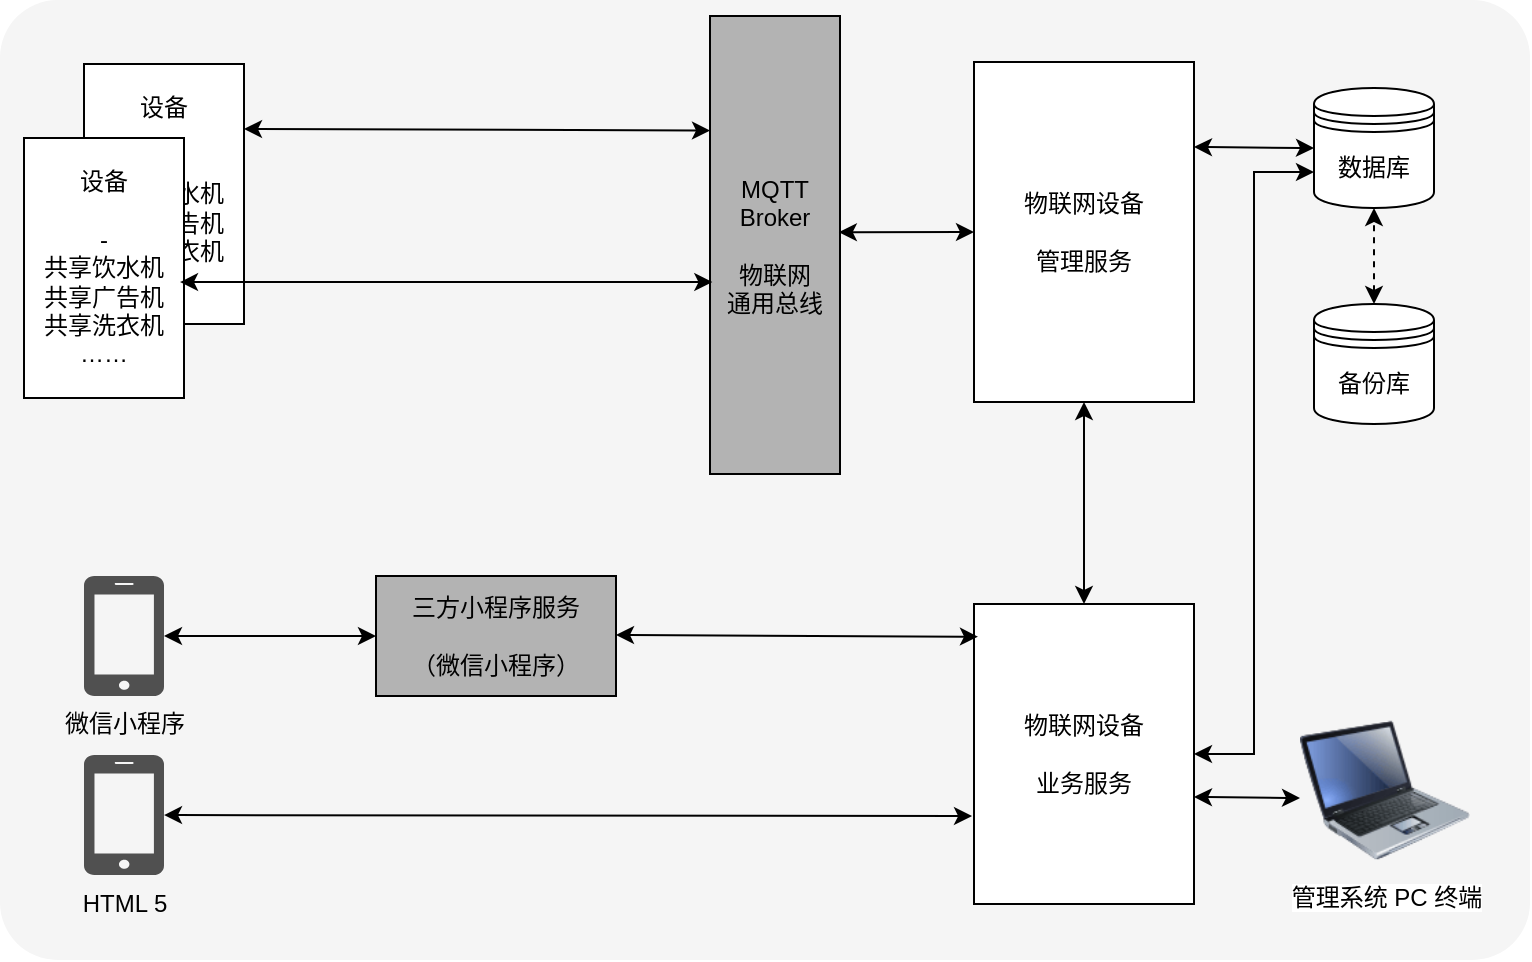
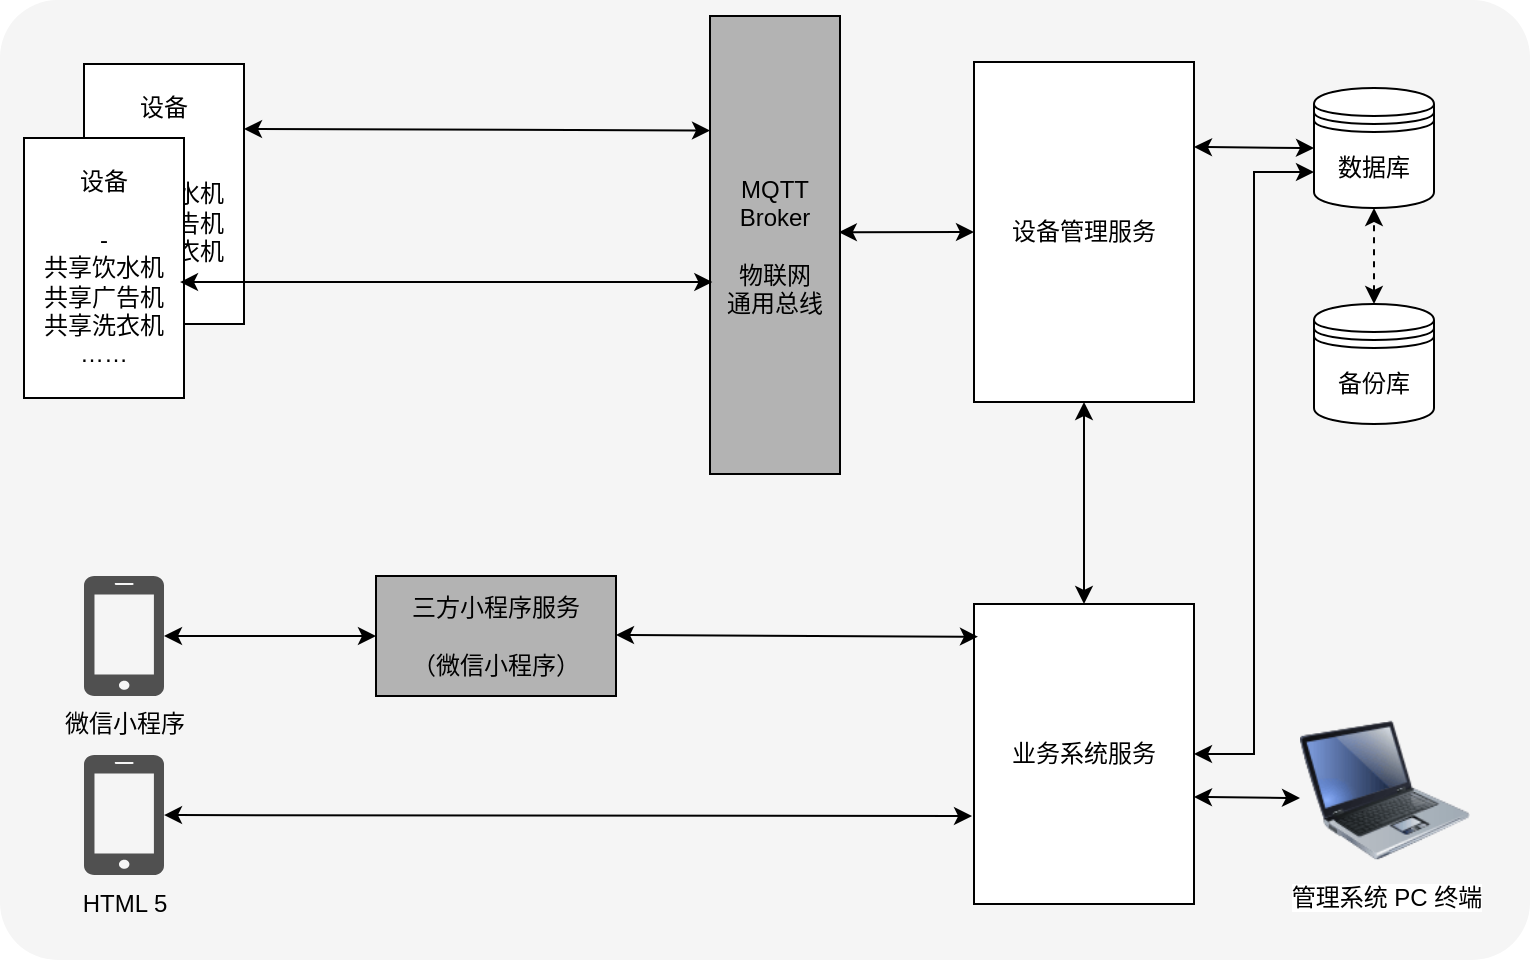
<mxfile host="app.diagrams.net">
  <diagram id="C5RBs43oDa-KdzZeNtuy" name="第 1 页">
    <mxGraphModel dx="1360" dy="843" grid="1" gridSize="10" guides="1" tooltips="1" connect="1" arrows="1" fold="1" page="1" pageScale="1" pageWidth="827" pageHeight="1169" math="0" shadow="0">
      <root>
        <mxCell id="WIyWlLk6GJQsqaUBKTNV-0" />
        <mxCell id="WIyWlLk6GJQsqaUBKTNV-1" parent="WIyWlLk6GJQsqaUBKTNV-0" />
        <mxCell id="qAyuwfmOVgvhHWZnBFao-27" parent="WIyWlLk6GJQsqaUBKTNV-1" style="rounded=1;whiteSpace=wrap;html=1;fillColor=#f5f5f5;strokeColor=none;fontColor=#333333;glass=0;shadow=0;arcSize=6;" value="" vertex="1">
          <mxGeometry height="480" width="765" x="23" y="48" as="geometry" />
        </mxCell>
        <mxCell id="qAyuwfmOVgvhHWZnBFao-0" parent="WIyWlLk6GJQsqaUBKTNV-1" style="rounded=0;whiteSpace=wrap;html=1;fillColor=#B3B3B3;" value="&lt;div&gt;MQTT&lt;/div&gt;&lt;div&gt;Broker&lt;/div&gt;&lt;div&gt;&lt;br&gt;&lt;/div&gt;&lt;div&gt;物联网&lt;/div&gt;&lt;div&gt;通用总线&lt;/div&gt;" vertex="1">
          <mxGeometry height="229" width="65" x="378" y="56" as="geometry" />
        </mxCell>
        <mxCell id="qAyuwfmOVgvhHWZnBFao-1" parent="WIyWlLk6GJQsqaUBKTNV-1" style="sketch=0;pointerEvents=1;shadow=0;dashed=0;html=1;strokeColor=none;fillColor=#505050;labelPosition=center;verticalLabelPosition=bottom;verticalAlign=top;outlineConnect=0;align=center;shape=mxgraph.office.devices.cell_phone_iphone_standalone;" value="微信小程序" vertex="1">
          <mxGeometry height="60" width="40" x="65" y="336" as="geometry" />
        </mxCell>
-         <mxCell id="qAyuwfmOVgvhHWZnBFao-3" parent="WIyWlLk6GJQsqaUBKTNV-1" style="rounded=0;whiteSpace=wrap;html=1;" value="&lt;div&gt;物联网设备&lt;/div&gt;&lt;div&gt;&lt;br&gt;&lt;/div&gt;&lt;div&gt;管理服务&lt;/div&gt;" vertex="1">
+         <mxCell id="qAyuwfmOVgvhHWZnBFao-3" parent="WIyWlLk6GJQsqaUBKTNV-1" style="rounded=0;whiteSpace=wrap;html=1;" value="&lt;div&gt;设备管理服务&lt;/div&gt;" vertex="1">
          <mxGeometry height="170" width="110" x="510" y="79" as="geometry" />
        </mxCell>
        <mxCell id="qAyuwfmOVgvhHWZnBFao-4" parent="WIyWlLk6GJQsqaUBKTNV-1" style="rounded=0;whiteSpace=wrap;html=1;" value="&lt;div&gt;设备&lt;/div&gt;&lt;div&gt;&lt;br&gt;&lt;/div&gt;&lt;div&gt;-&lt;/div&gt;&lt;div&gt;共享饮水机&lt;/div&gt;&lt;div&gt;共享广告机&lt;/div&gt;&lt;div&gt;共享洗衣机&lt;/div&gt;&lt;div&gt;……&lt;/div&gt;" vertex="1">
          <mxGeometry height="130" width="80" x="65" y="80" as="geometry" />
        </mxCell>
        <mxCell id="qAyuwfmOVgvhHWZnBFao-5" parent="WIyWlLk6GJQsqaUBKTNV-1" style="rounded=0;whiteSpace=wrap;html=1;" value="&lt;div&gt;设备&lt;/div&gt;&lt;div&gt;&lt;br&gt;&lt;/div&gt;&lt;div&gt;-&lt;/div&gt;&lt;div&gt;共享饮水机&lt;/div&gt;&lt;div&gt;共享广告机&lt;/div&gt;&lt;div&gt;共享洗衣机&lt;/div&gt;&lt;div&gt;……&lt;/div&gt;" vertex="1">
          <mxGeometry height="130" width="80" x="35" y="117" as="geometry" />
        </mxCell>
        <mxCell id="qAyuwfmOVgvhHWZnBFao-6" edge="1" parent="WIyWlLk6GJQsqaUBKTNV-1" source="qAyuwfmOVgvhHWZnBFao-4" style="endArrow=classic;html=1;rounded=0;entryX=0;entryY=0.25;entryDx=0;entryDy=0;exitX=1;exitY=0.25;exitDx=0;exitDy=0;startArrow=classic;startFill=1;" target="qAyuwfmOVgvhHWZnBFao-0" value="">
          <mxGeometry height="50" relative="1" width="50" as="geometry">
            <mxPoint x="355" y="400" as="sourcePoint" />
            <mxPoint x="405" y="350" as="targetPoint" />
          </mxGeometry>
        </mxCell>
        <mxCell id="qAyuwfmOVgvhHWZnBFao-7" edge="1" parent="WIyWlLk6GJQsqaUBKTNV-1" source="qAyuwfmOVgvhHWZnBFao-5" style="endArrow=classic;html=1;rounded=0;entryX=0.018;entryY=0.581;entryDx=0;entryDy=0;exitX=0.975;exitY=0.554;exitDx=0;exitDy=0;entryPerimeter=0;exitPerimeter=0;startArrow=classic;startFill=1;" target="qAyuwfmOVgvhHWZnBFao-0" value="">
          <mxGeometry height="50" relative="1" width="50" as="geometry">
            <mxPoint x="115" y="187" as="sourcePoint" />
            <mxPoint x="245" y="187" as="targetPoint" />
          </mxGeometry>
        </mxCell>
        <mxCell id="qAyuwfmOVgvhHWZnBFao-9" edge="1" parent="WIyWlLk6GJQsqaUBKTNV-1" source="qAyuwfmOVgvhHWZnBFao-3" style="endArrow=classic;html=1;rounded=0;entryX=0.991;entryY=0.472;entryDx=0;entryDy=0;entryPerimeter=0;exitX=0;exitY=0.5;exitDx=0;exitDy=0;startArrow=classic;startFill=1;" target="qAyuwfmOVgvhHWZnBFao-0" value="">
          <mxGeometry height="50" relative="1" width="50" as="geometry">
            <mxPoint x="415" y="400" as="sourcePoint" />
            <mxPoint x="465" y="350" as="targetPoint" />
          </mxGeometry>
        </mxCell>
-         <mxCell id="qAyuwfmOVgvhHWZnBFao-10" parent="WIyWlLk6GJQsqaUBKTNV-1" style="rounded=0;whiteSpace=wrap;html=1;" value="&lt;div&gt;物联网设备&lt;/div&gt;&lt;div&gt;&lt;br&gt;&lt;/div&gt;&lt;div&gt;业务服务&lt;/div&gt;" vertex="1">
+         <mxCell id="qAyuwfmOVgvhHWZnBFao-10" parent="WIyWlLk6GJQsqaUBKTNV-1" style="rounded=0;whiteSpace=wrap;html=1;" value="&lt;div&gt;业务系统服务&lt;/div&gt;" vertex="1">
          <mxGeometry height="150" width="110" x="510" y="350" as="geometry" />
        </mxCell>
        <mxCell id="qAyuwfmOVgvhHWZnBFao-11" parent="WIyWlLk6GJQsqaUBKTNV-1" style="sketch=0;pointerEvents=1;shadow=0;dashed=0;html=1;strokeColor=none;fillColor=#505050;labelPosition=center;verticalLabelPosition=bottom;verticalAlign=top;outlineConnect=0;align=center;shape=mxgraph.office.devices.cell_phone_iphone_standalone;" value="HTML 5" vertex="1">
          <mxGeometry height="60" width="40" x="65" y="425.5" as="geometry" />
        </mxCell>
        <mxCell id="qAyuwfmOVgvhHWZnBFao-19" edge="1" parent="WIyWlLk6GJQsqaUBKTNV-1" source="qAyuwfmOVgvhHWZnBFao-20" style="edgeStyle=orthogonalEdgeStyle;rounded=0;orthogonalLoop=1;jettySize=auto;html=1;startArrow=classic;startFill=1;exitX=0;exitY=0.7;exitDx=0;exitDy=0;" target="qAyuwfmOVgvhHWZnBFao-10" value="">
          <mxGeometry relative="1" as="geometry">
            <Array as="points">
              <mxPoint x="650" y="134" />
              <mxPoint x="650" y="425" />
            </Array>
          </mxGeometry>
        </mxCell>
        <mxCell id="qAyuwfmOVgvhHWZnBFao-12" parent="WIyWlLk6GJQsqaUBKTNV-1" style="image;html=1;image=img/lib/clip_art/computers/Laptop_128x128.png" value="管理系统 PC 终端" vertex="1">
          <mxGeometry height="80" width="85" x="673" y="403" as="geometry" />
        </mxCell>
        <mxCell id="qAyuwfmOVgvhHWZnBFao-13" parent="WIyWlLk6GJQsqaUBKTNV-1" style="rounded=0;whiteSpace=wrap;html=1;fillColor=#B3B3B3;" value="&lt;div&gt;三方小程序服务&lt;/div&gt;&lt;div&gt;&lt;br&gt;&lt;/div&gt;&lt;div&gt;（微信小程序）&lt;/div&gt;" vertex="1">
          <mxGeometry height="60" width="120" x="211" y="336" as="geometry" />
        </mxCell>
        <mxCell id="qAyuwfmOVgvhHWZnBFao-14" edge="1" parent="WIyWlLk6GJQsqaUBKTNV-1" source="qAyuwfmOVgvhHWZnBFao-1" style="endArrow=classic;startArrow=classic;html=1;rounded=0;entryX=0;entryY=0.5;entryDx=0;entryDy=0;" target="qAyuwfmOVgvhHWZnBFao-13" value="">
          <mxGeometry height="50" relative="1" width="50" as="geometry">
            <mxPoint x="355" y="365" as="sourcePoint" />
            <mxPoint x="405" y="315" as="targetPoint" />
          </mxGeometry>
        </mxCell>
        <mxCell id="qAyuwfmOVgvhHWZnBFao-15" edge="1" parent="WIyWlLk6GJQsqaUBKTNV-1" source="qAyuwfmOVgvhHWZnBFao-11" style="endArrow=classic;startArrow=classic;html=1;rounded=0;entryX=-0.009;entryY=0.707;entryDx=0;entryDy=0;entryPerimeter=0;" target="qAyuwfmOVgvhHWZnBFao-10" value="">
          <mxGeometry height="50" relative="1" width="50" as="geometry">
            <mxPoint x="355" y="371" as="sourcePoint" />
            <mxPoint x="505" y="451" as="targetPoint" />
          </mxGeometry>
        </mxCell>
        <mxCell id="qAyuwfmOVgvhHWZnBFao-16" edge="1" parent="WIyWlLk6GJQsqaUBKTNV-1" style="endArrow=classic;startArrow=classic;html=1;rounded=0;entryX=0.018;entryY=0.109;entryDx=0;entryDy=0;entryPerimeter=0;" target="qAyuwfmOVgvhHWZnBFao-10" value="">
          <mxGeometry height="50" relative="1" width="50" as="geometry">
            <mxPoint x="331" y="365.5" as="sourcePoint" />
            <mxPoint x="437" y="365.5" as="targetPoint" />
          </mxGeometry>
        </mxCell>
        <mxCell id="qAyuwfmOVgvhHWZnBFao-17" edge="1" parent="WIyWlLk6GJQsqaUBKTNV-1" source="qAyuwfmOVgvhHWZnBFao-10" style="endArrow=classic;startArrow=classic;html=1;rounded=0;entryX=0.5;entryY=1;entryDx=0;entryDy=0;exitX=0.5;exitY=0;exitDx=0;exitDy=0;" target="qAyuwfmOVgvhHWZnBFao-3" value="">
          <mxGeometry height="50" relative="1" width="50" as="geometry">
            <mxPoint x="355" y="371" as="sourcePoint" />
            <mxPoint x="565" y="321" as="targetPoint" />
          </mxGeometry>
        </mxCell>
        <mxCell id="qAyuwfmOVgvhHWZnBFao-20" parent="WIyWlLk6GJQsqaUBKTNV-1" style="shape=datastore;whiteSpace=wrap;html=1;" value="数据库" vertex="1">
          <mxGeometry height="60" width="60" x="680" y="92" as="geometry" />
        </mxCell>
        <mxCell id="qAyuwfmOVgvhHWZnBFao-22" parent="WIyWlLk6GJQsqaUBKTNV-1" style="shape=datastore;whiteSpace=wrap;html=1;" value="备份库" vertex="1">
          <mxGeometry height="60" width="60" x="680" y="200" as="geometry" />
        </mxCell>
        <mxCell id="qAyuwfmOVgvhHWZnBFao-23" edge="1" parent="WIyWlLk6GJQsqaUBKTNV-1" source="qAyuwfmOVgvhHWZnBFao-3" style="endArrow=classic;startArrow=classic;html=1;rounded=0;entryX=0;entryY=0.5;entryDx=0;entryDy=0;exitX=1;exitY=0.25;exitDx=0;exitDy=0;" target="qAyuwfmOVgvhHWZnBFao-20" value="">
          <mxGeometry height="50" relative="1" width="50" as="geometry">
            <mxPoint x="390" y="420" as="sourcePoint" />
            <mxPoint x="440" y="370" as="targetPoint" />
          </mxGeometry>
        </mxCell>
        <mxCell id="qAyuwfmOVgvhHWZnBFao-24" edge="1" parent="WIyWlLk6GJQsqaUBKTNV-1" source="qAyuwfmOVgvhHWZnBFao-22" style="endArrow=classic;startArrow=classic;html=1;rounded=0;entryX=0.5;entryY=1;entryDx=0;entryDy=0;exitX=0.5;exitY=0;exitDx=0;exitDy=0;dashed=1;" target="qAyuwfmOVgvhHWZnBFao-20" value="">
          <mxGeometry height="50" relative="1" width="50" as="geometry">
            <mxPoint x="840" y="140" as="sourcePoint" />
            <mxPoint x="900" y="140" as="targetPoint" />
          </mxGeometry>
        </mxCell>
        <mxCell id="qAyuwfmOVgvhHWZnBFao-26" edge="1" parent="WIyWlLk6GJQsqaUBKTNV-1" style="endArrow=classic;startArrow=classic;html=1;rounded=0;entryX=0;entryY=0.75;entryDx=0;entryDy=0;exitX=1;exitY=0.75;exitDx=0;exitDy=0;" value="">
          <mxGeometry height="50" relative="1" width="50" as="geometry">
            <mxPoint x="620" y="446.5" as="sourcePoint" />
            <mxPoint x="673" y="447" as="targetPoint" />
          </mxGeometry>
        </mxCell>
      </root>
    </mxGraphModel>
  </diagram>
</mxfile>
